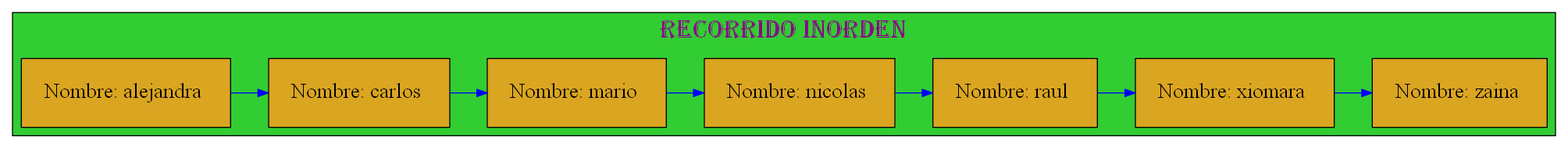
mariotun/EDD_1S2020_PY1_201602942 keeps this Graphviz diagram as Graficas/Recorrido_Inorden.dot.png. Above is the earlier version. Its source is kept beside it as Graficas/Recorrido_Inorden.dot.
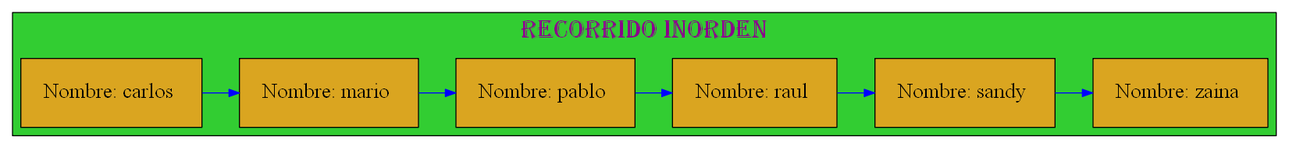
Above is the later version.

The edit, as a diff of the source:
```diff
@@ -13,15 +13,14 @@
 node[margin=0.3 shape=box style=filled fontcolor=black fillcolor=goldenrod fontsize=20];
 {rank=same;
 
-25770344352[label="Nombre: alejandra " ];
-25770344928[label="Nombre: carlos " ];
-25769968848[label="Nombre: mario " ];
-25770344624[label="Nombre: nicolas " ];
-25770345568[label="Nombre: raul " ];
-25770345488[label="Nombre: xiomara " ];
-25770345008[label="Nombre: zaina " ];
+25770476512[label="Nombre: carlos " ];
+25770475776[label="Nombre: mario " ];
+25770476288[label="Nombre: pablo " ];
+25770476992[label="Nombre: raul " ];
+25770475984[label="Nombre: sandy " ];
+25770477200[label="Nombre: zaina " ];
 };
-25770344352 -> 25770344928 -> 25769968848 -> 25770344624 -> 25770345568 -> 25770345488 -> 25770345008
+25770476512 -> 25770475776 -> 25770476288 -> 25770476992 -> 25770475984 -> 25770477200
 
 [color=blue ];
 }
```
